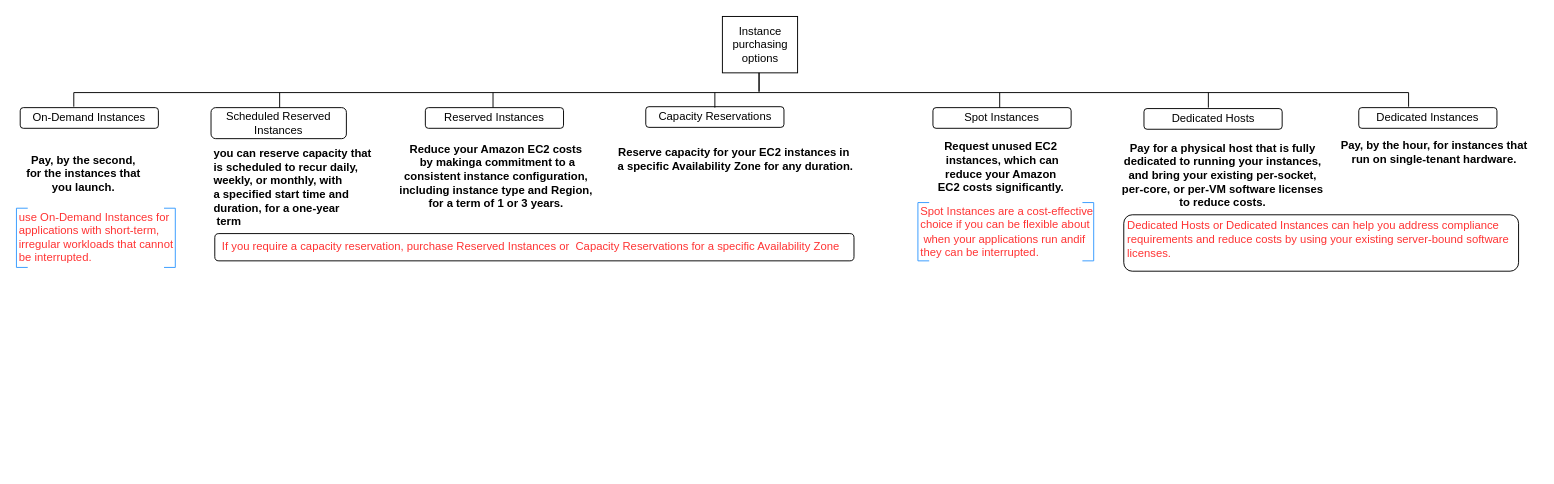
ldipotetjob/AWS keeps this draw.io diagram as certification/noserverless/compute/ec2/ec2_purchasing_option.drawio. Above is the earlier version. Source tidied: cells renumbered, new cells numbered last; positions are measured from the earlier drawing's top-left corner, leaving out a move shared by most shapes. Both pictures are drawn from the tidied source at 94%, with x=0, y=0 at pixel (16, 16).
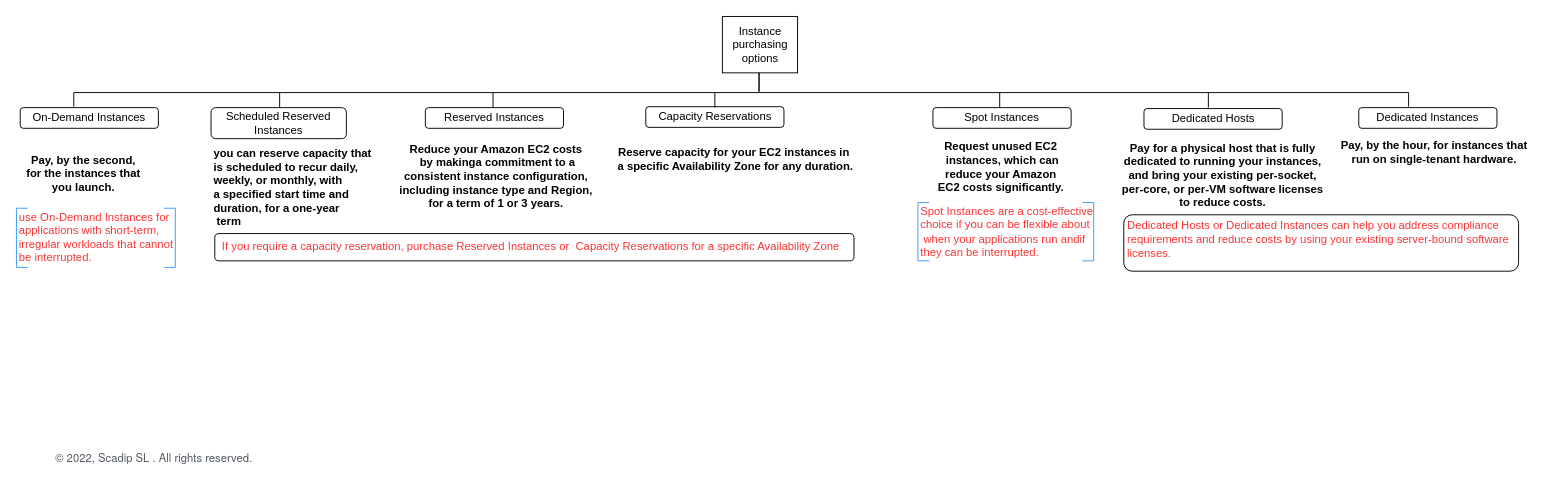
The same page after the edit.

What changed in the source:
```diff
@@
+    <mxCell id="35" value="&lt;span style=&quot;color: rgb(84, 91, 100); font-family: &amp;quot;Amazon Ember&amp;quot;, &amp;quot;Helvetica Neue&amp;quot;, Roboto, Arial, sans-serif; text-align: start; background-color: rgb(255, 255, 255);&quot;&gt;© 2022, Scadip SL&amp;nbsp;&lt;/span&gt;&lt;span style=&quot;color: rgb(84, 91, 100); font-family: &amp;quot;Amazon Ember&amp;quot;, &amp;quot;Helvetica Neue&amp;quot;, Roboto, Arial, sans-serif; text-align: start; background-color: rgb(255, 255, 255);&quot;&gt;. All rights reserved.&lt;/span&gt;" style="text;html=1;align=center;verticalAlign=middle;strokeColor=none;fillColor=none;fontSize=12;" parent="1" vertex="1">
+      <mxGeometry x="31" y="460" width="230" height="20" as="geometry" />
+    </mxCell>
```
